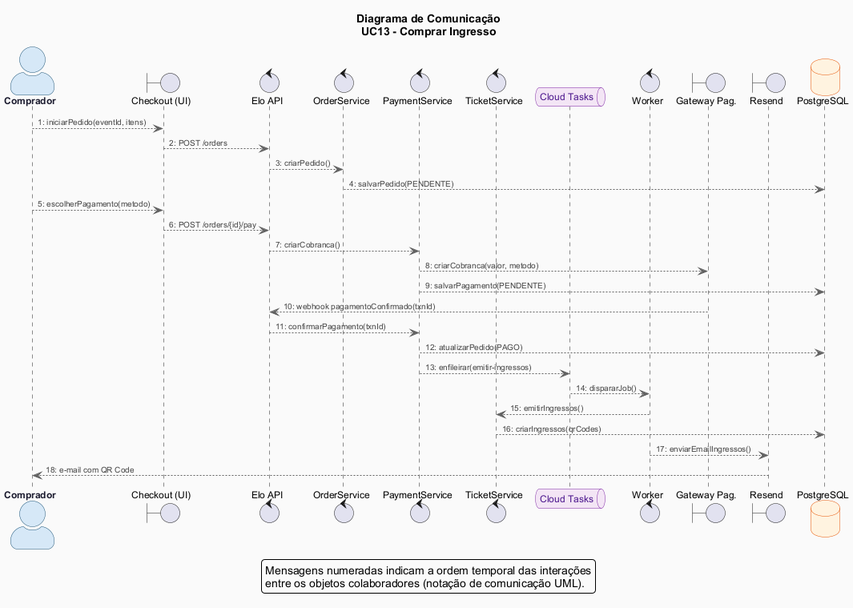
Earlier version of the PlantUML export trabalho-final/diagramas/imagens/comunicacao-comprar-ingresso.png (LauraPontara/projeto-de-software). Source of this version:
```plantuml
@startuml comunicacao-comprar-ingresso
!include _estilo-comum.puml

title Diagrama de Comunicação\nUC13 - Comprar Ingresso

skinparam actorStyle awesome

actor "Comprador" as BUY
boundary "Checkout (UI)"  as UI
control  "Elo API"        as API
control  "OrderService"   as ORD
control  "PaymentService" as PAY
control  "TicketService"  as TCK
queue    "Cloud Tasks"    as Q
control  "Worker"         as WRK
boundary "Gateway Pag."   as GW
boundary "Resend"         as MAIL
database "PostgreSQL"     as DB

BUY  --> UI  : 1: iniciarPedido(eventId, itens)
UI   --> API : 2: POST /orders
API  --> ORD : 3: criarPedido()
ORD  --> DB  : 4: salvarPedido(PENDENTE)
BUY  --> UI  : 5: escolherPagamento(metodo)
UI   --> API : 6: POST /orders/{id}/pay
API  --> PAY : 7: criarCobranca()
PAY  --> GW  : 8: criarCobranca(valor, metodo)
PAY  --> DB  : 9: salvarPagamento(PENDENTE)
GW   --> API : 10: webhook pagamentoConfirmado(txnId)
API  --> PAY : 11: confirmarPagamento(txnId)
PAY  --> DB  : 12: atualizarPedido(PAGO)
PAY  --> Q   : 13: enfileirar(emitir-ingressos)
Q    --> WRK : 14: dispararJob()
WRK  --> TCK : 15: emitirIngressos()
TCK  --> DB  : 16: criarIngressos(qrCodes)
WRK  --> MAIL: 17: enviarEmailIngressos()
MAIL --> BUY : 18: e-mail com QR Code

legend bottom
  Mensagens numeradas indicam a ordem temporal das interações
  entre os objetos colaboradores (notação de comunicação UML).
endlegend

@enduml
```
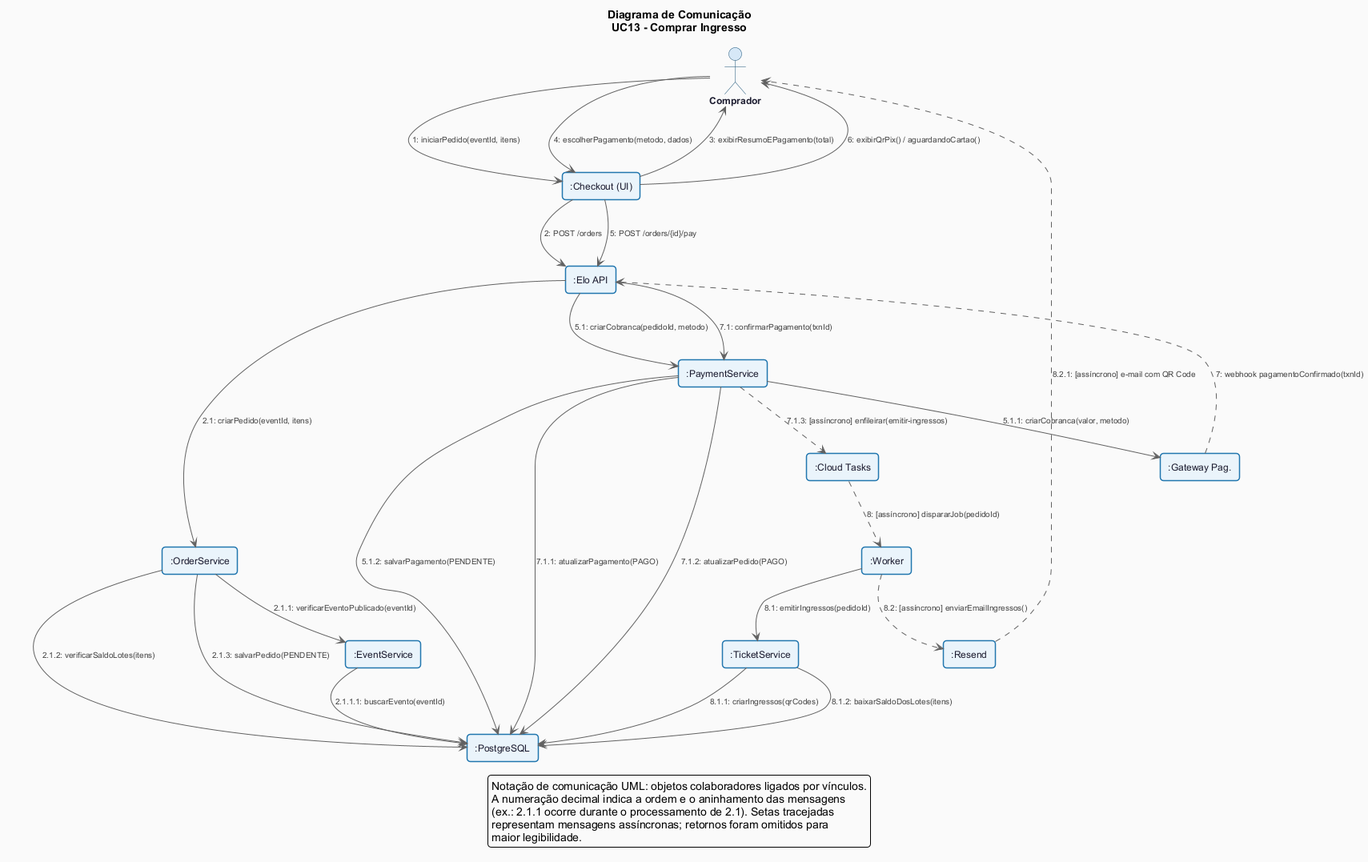
Later version of the same file.

Commit message:
Reformula diagramas de comunicacao para notacao de colaboracao UML

The edit, as a diff of the source:
```diff
@@ -3,42 +3,62 @@
 
 title Diagrama de Comunicação\nUC13 - Comprar Ingresso
 
-skinparam actorStyle awesome
+skinparam rectangle {
+  BackgroundColor #EAF4FB
+  BorderColor     #2176AE
+  FontColor       #1A1A2E
+  FontStyle       plain
+  FontSize        12
+  BorderThickness 1.5
+}
 
-actor "Comprador" as BUY
-boundary "Checkout (UI)"  as UI
-control  "Elo API"        as API
-control  "OrderService"   as ORD
-control  "PaymentService" as PAY
-control  "TicketService"  as TCK
-queue    "Cloud Tasks"    as Q
-control  "Worker"         as WRK
-boundary "Gateway Pag."   as GW
-boundary "Resend"         as MAIL
-database "PostgreSQL"     as DB
+actor     "Comprador" as BUY
+rectangle ":Checkout (UI)"   as UI
+rectangle ":Elo API"        as API
+rectangle ":OrderService"   as ORD
+rectangle ":EventService"   as EVT
+rectangle ":PaymentService" as PAY
+rectangle ":TicketService"  as TCK
+rectangle ":Cloud Tasks"    as Q
+rectangle ":Worker"         as WRK
+rectangle ":Gateway Pag."   as GW
+rectangle ":Resend"         as MAIL
+rectangle ":PostgreSQL"     as DB
 
-BUY  --> UI  : 1: iniciarPedido(eventId, itens)
-UI   --> API : 2: POST /orders
-API  --> ORD : 3: criarPedido()
-ORD  --> DB  : 4: salvarPedido(PENDENTE)
-BUY  --> UI  : 5: escolherPagamento(metodo)
-UI   --> API : 6: POST /orders/{id}/pay
-API  --> PAY : 7: criarCobranca()
-PAY  --> GW  : 8: criarCobranca(valor, metodo)
-PAY  --> DB  : 9: salvarPagamento(PENDENTE)
-GW   --> API : 10: webhook pagamentoConfirmado(txnId)
-API  --> PAY : 11: confirmarPagamento(txnId)
-PAY  --> DB  : 12: atualizarPedido(PAGO)
-PAY  --> Q   : 13: enfileirar(emitir-ingressos)
-Q    --> WRK : 14: dispararJob()
-WRK  --> TCK : 15: emitirIngressos()
-TCK  --> DB  : 16: criarIngressos(qrCodes)
-WRK  --> MAIL: 17: enviarEmailIngressos()
-MAIL --> BUY : 18: e-mail com QR Code
+BUY  --> UI  : "1: iniciarPedido(eventId, itens)"
+UI   --> API : "2: POST /orders"
+API  --> ORD : "2.1: criarPedido(eventId, itens)"
+ORD  --> EVT : "2.1.1: verificarEventoPublicado(eventId)"
+EVT  --> DB  : "2.1.1.1: buscarEvento(eventId)"
+ORD  --> DB  : "2.1.2: verificarSaldoLotes(itens)"
+ORD  --> DB  : "2.1.3: salvarPedido(PENDENTE)"
+UI   --> BUY : "3: exibirResumoEPagamento(total)"
+
+BUY  --> UI  : "4: escolherPagamento(metodo, dados)"
+UI   --> API : "5: POST /orders/{id}/pay"
+API  --> PAY : "5.1: criarCobranca(pedidoId, metodo)"
+PAY  --> GW  : "5.1.1: criarCobranca(valor, metodo)"
+PAY  --> DB  : "5.1.2: salvarPagamento(PENDENTE)"
+UI   --> BUY : "6: exibirQrPix() / aguardandoCartao()"
+
+GW   ..> API : "7: webhook pagamentoConfirmado(txnId)"
+API  --> PAY : "7.1: confirmarPagamento(txnId)"
+PAY  --> DB  : "7.1.1: atualizarPagamento(PAGO)"
+PAY  --> DB  : "7.1.2: atualizarPedido(PAGO)"
+PAY  ..> Q   : "7.1.3: [assíncrono] enfileirar(emitir-ingressos)"
+Q    ..> WRK : "8: [assíncrono] dispararJob(pedidoId)"
+WRK  --> TCK : "8.1: emitirIngressos(pedidoId)"
+TCK  --> DB  : "8.1.1: criarIngressos(qrCodes)"
+TCK  --> DB  : "8.1.2: baixarSaldoDosLotes(itens)"
+WRK  ..> MAIL: "8.2: [assíncrono] enviarEmailIngressos()"
+MAIL ..> BUY : "8.2.1: [assíncrono] e-mail com QR Code"
 
 legend bottom
-  Mensagens numeradas indicam a ordem temporal das interações
-  entre os objetos colaboradores (notação de comunicação UML).
+  Notação de comunicação UML: objetos colaboradores ligados por vínculos.
+  A numeração decimal indica a ordem e o aninhamento das mensagens
+  (ex.: 2.1.1 ocorre durante o processamento de 2.1). Setas tracejadas
+  representam mensagens assíncronas; retornos foram omitidos para
+  maior legibilidade.
 endlegend
 
 @enduml
```
